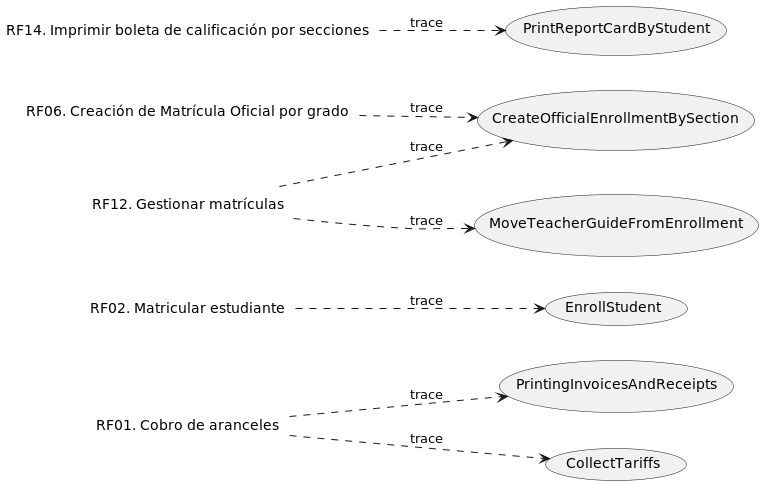
wsmcbl/wsmcbl.doc keeps this PlantUML diagram as out/UseCaseView/TRACE.Requisites-x-UseCase.png. Above is the earlier version. The source it was exported from:
```plantuml
@startuml
left to right direction

label RF01 as "RF01. Cobro de aranceles"
label RF02 as "RF02. Matricular estudiante"
label RF06 as "RF06. Creación de Matrícula Oficial por grado"
label RF12 as "RF12. Gestionar matrículas"
label RF14 as "RF14. Imprimir boleta de calificación por secciones"

usecase CU01 as "EnrollStudent"
usecase CU05 as "CreateOfficialEnrollmentBySection"
usecase CU58 as "PrintingInvoicesAndReceipts"
usecase CU29 as "PrintReportCardByStudent"
usecase CU21 as "MoveTeacherGuideFromEnrollment"
usecase CU03 as "CollectTariffs"

RF01 ..> CU03 : trace
RF01 ..> CU58 : trace
RF02 ..> CU01 : trace
RF06 ..> CU05 : trace
RF12 ..> CU05 : trace
RF12 ..> CU21 : trace
RF14 ..> CU29 : trace

@enduml
```
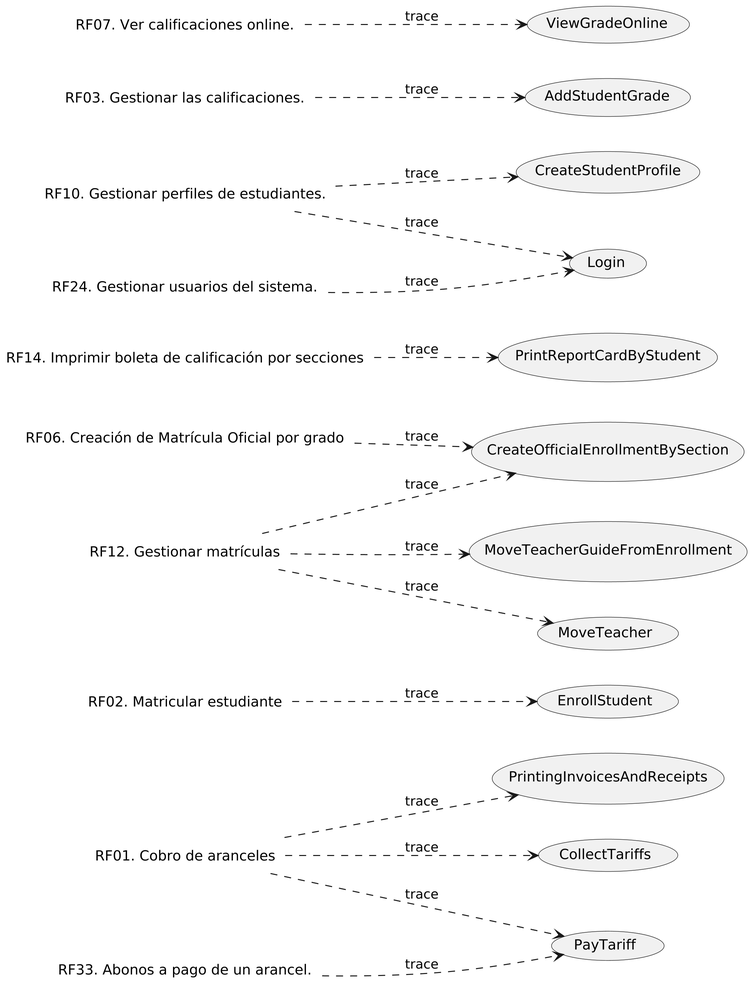
After the change.

What changed in the source:
```diff
@@ -1,11 +1,20 @@
 @startuml
 left to right direction
+scale 3
 
-label RF01 as "RF01. Cobro de aranceles"
-label RF02 as "RF02. Matricular estudiante"
+Label RF01 as "RF01. Cobro de aranceles"
+Label RF02 as "RF02. Matricular estudiante"
 label RF06 as "RF06. Creación de Matrícula Oficial por grado"
 label RF12 as "RF12. Gestionar matrículas"
 label RF14 as "RF14. Imprimir boleta de calificación por secciones"
+
+Label RF10 as "RF10. Gestionar perfiles de estudiantes."
+Label RF24 as "RF24. Gestionar usuarios del sistema."
+Label RF03 as "RF03. Gestionar las calificaciones."
+Label RF07 as "RF07. Ver calificaciones online."
+Label RF33 as "RF33. Abonos a pago de un arancel."
+
+
 
 usecase CU01 as "EnrollStudent"
 usecase CU05 as "CreateOfficialEnrollmentBySection"
@@ -13,6 +22,15 @@
 usecase CU29 as "PrintReportCardByStudent"
 usecase CU21 as "MoveTeacherGuideFromEnrollment"
 usecase CU03 as "CollectTariffs"
+
+usecase CU15 as "ViewGradeOnline"
+usecase CU60 as "PayTariff"
+usecase CU22 as "MoveTeacher"
+usecase CU11 as "AddStudentGrade"
+usecase CU02 as "CreateStudentProfile"
+usecase CU69 as "Login"
+
+
 
 RF01 ..> CU03 : trace
 RF01 ..> CU58 : trace
@@ -22,4 +40,13 @@
 RF12 ..> CU21 : trace
 RF14 ..> CU29 : trace
 
+RF01 ..> CU60 : trace
+RF12 ..> CU22 : trace
+RF10 ..> CU02 : trace
+RF10 ..> CU69 : trace
+RF24 ..> CU69 : trace
+RF33 ..> CU60 : trace
+RF03 ..> CU11 : trace
+RF07 ..> CU15 : trace
+
 @enduml
```
